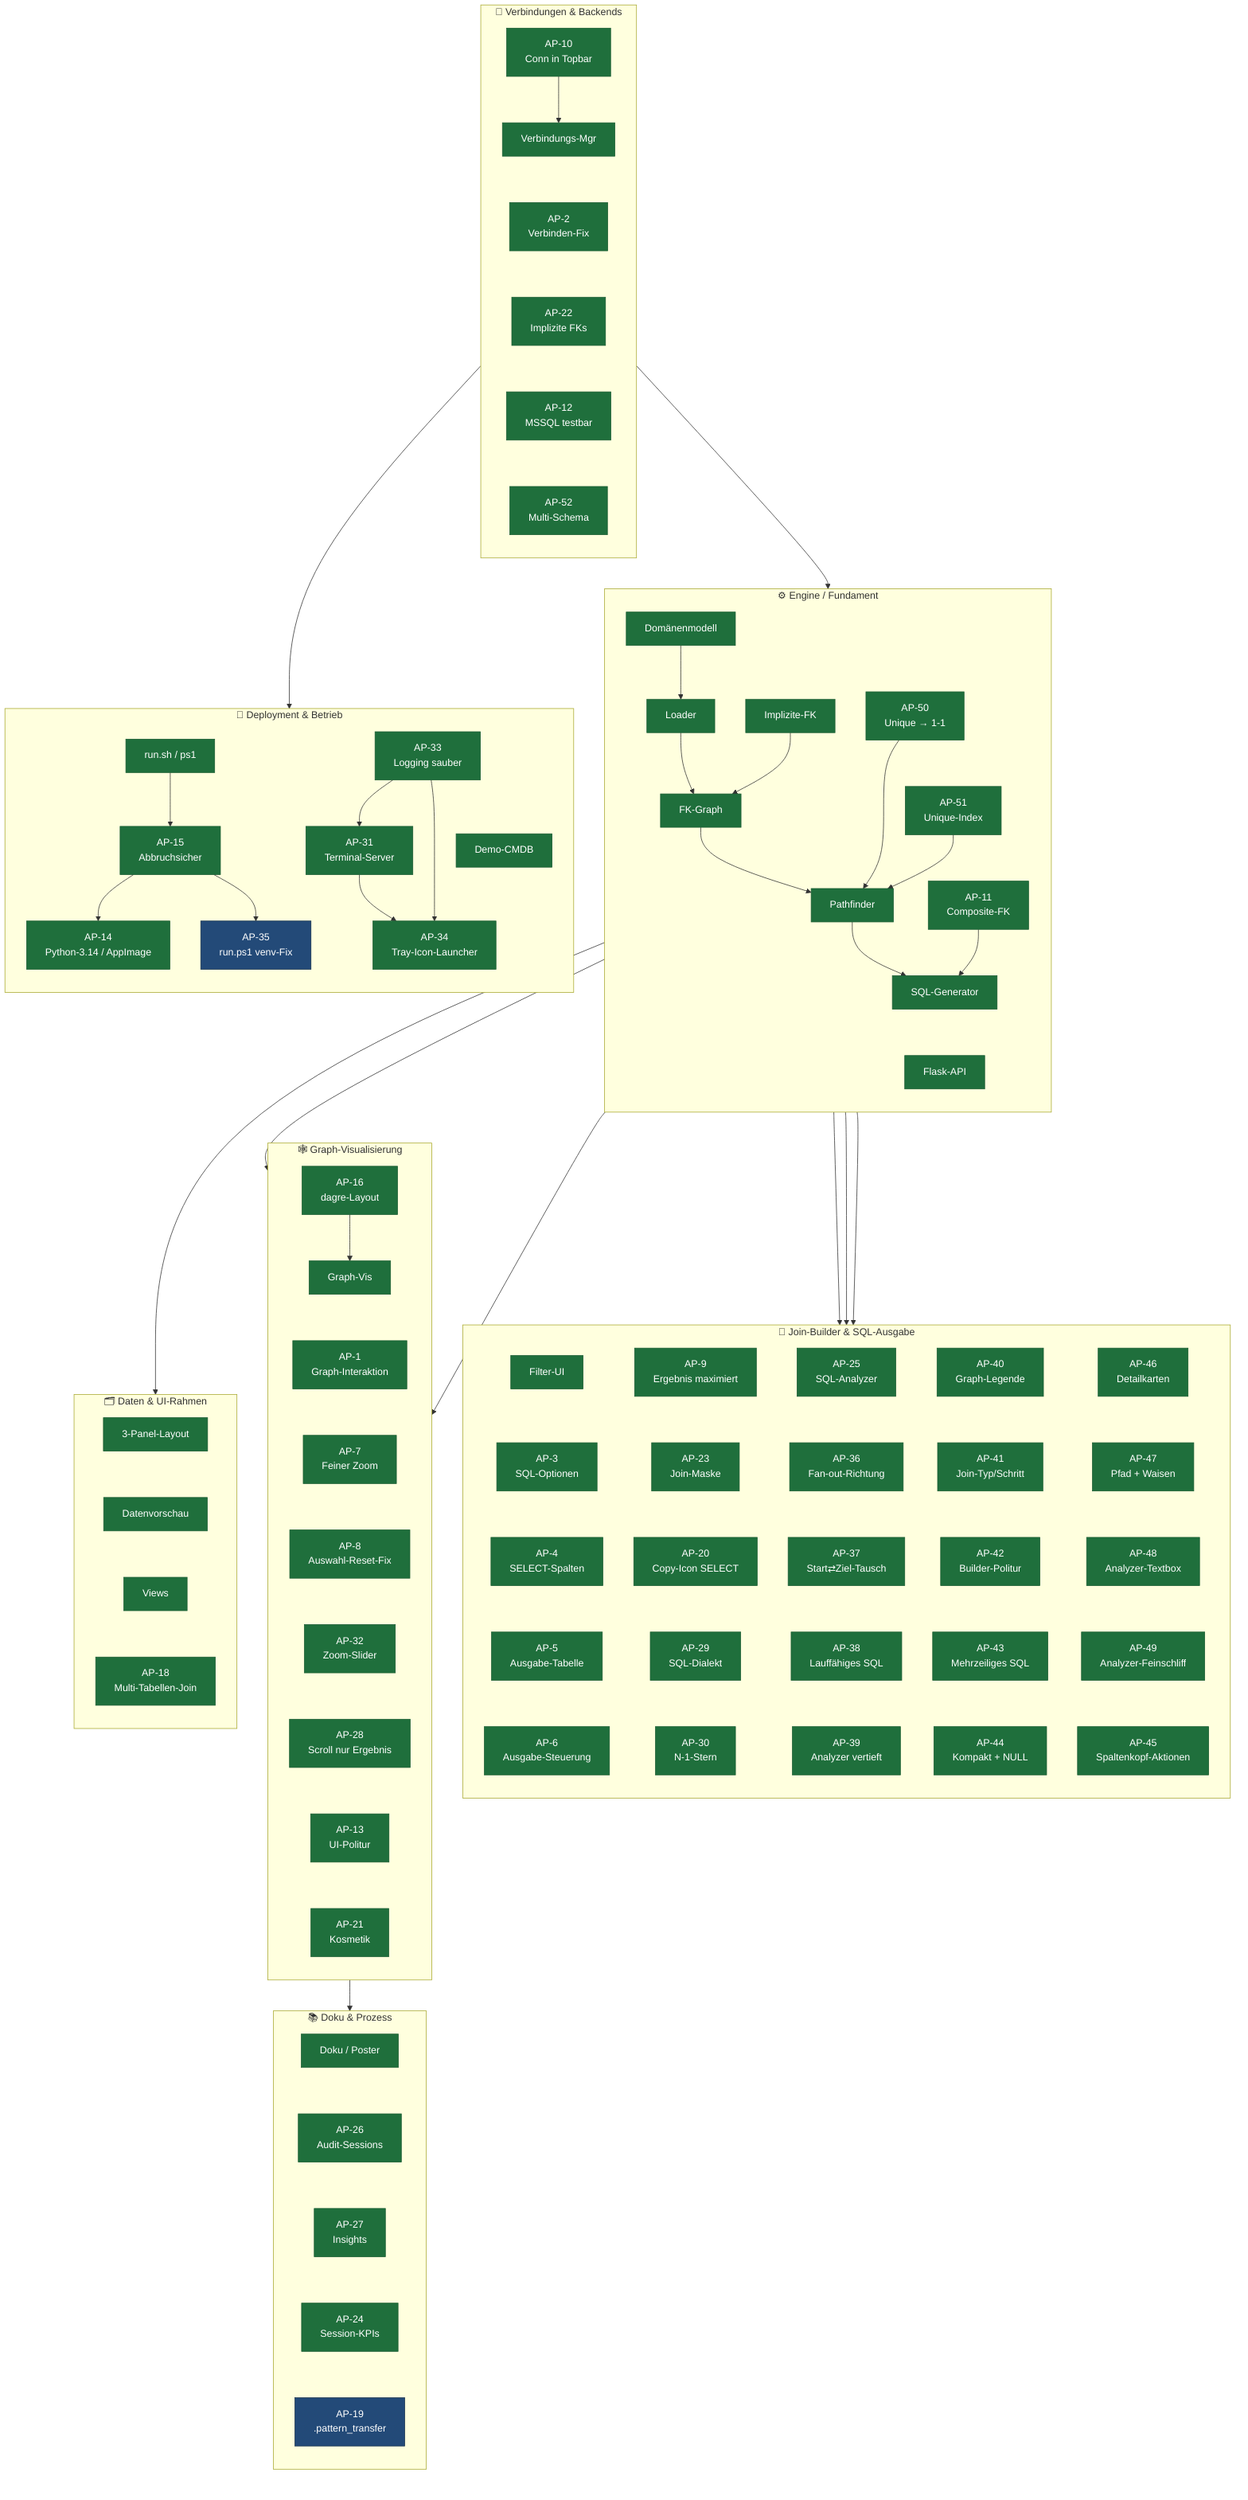
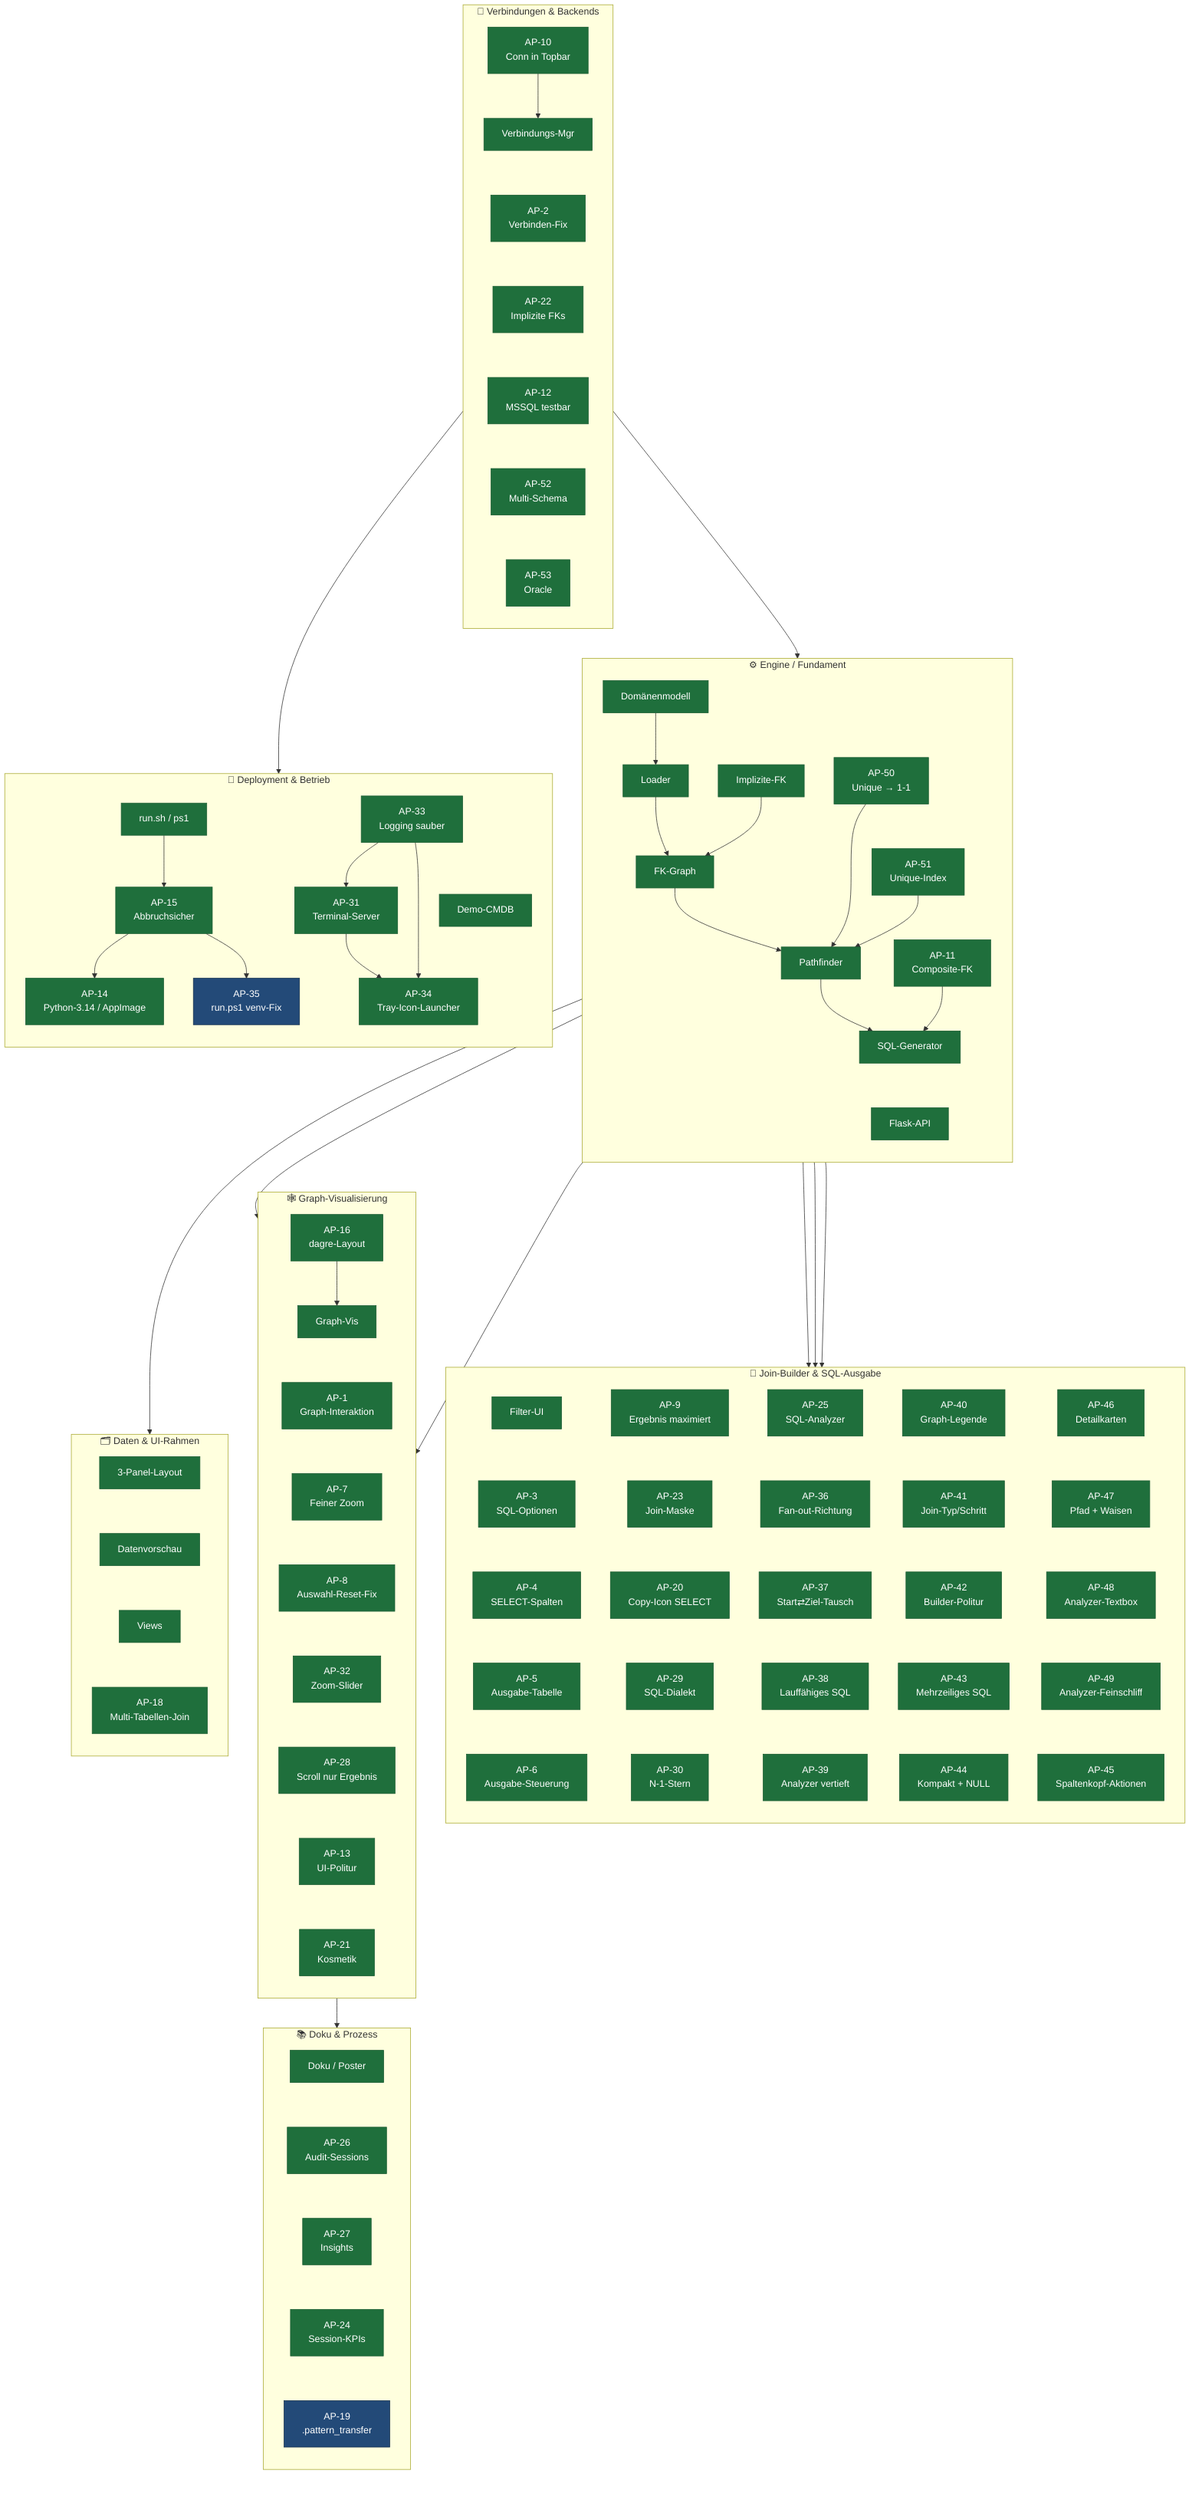
flowchart TB
    classDef done fill:#1f6f3c,color:#fff,stroke:#1a5c32,stroke-width:1px
    classDef plan fill:#234a78,color:#fff,stroke:#16314f,stroke-width:1px

    %% ── C1 · Engine / Fundament ──────────────────────────────────────────
    subgraph C1["⚙️  Engine / Fundament"]
        direction TB
        E1["Domänenmodell"]
        E2["Loader"]
        E3["FK-Graph"]
        E4["Pathfinder"]
        E5["SQL-Generator"]
        E6["Flask-API"]
        E7["AP-11\nComposite-FK"]
        E8["Implizite-FK"]
        E9["AP-50\nUnique → 1-1"]
        E10["AP-51\nUnique-Index"]
        E1 --> E2 --> E3 --> E4 --> E5
        E7 --> E5
        E8 --> E3
        E9 --> E4
        E10 --> E4
        E5 ~~~ E6
        E9 ~~~ E10
    end

    %% ── C2 · Verbindungen & Backends ─────────────────────────────────────
    subgraph C2["🔌  Verbindungen & Backends"]
        direction TB
        V1["Verbindungs-Mgr"]
        V2["AP-2\nVerbinden-Fix"]
        V3["AP-10\nConn in Topbar"]
        V4["AP-12\nMSSQL testbar"]
        V5["AP-22\nImplizite FKs"]
        V6["AP-52\nMulti-Schema"]
+         V7["AP-53\nOracle"]
        V3 --> V1
-         V1 ~~~ V2 ~~~ V5 ~~~ V4 ~~~ V6
+         V1 ~~~ V2 ~~~ V5 ~~~ V4 ~~~ V6 ~~~ V7
    end

    %% ── C3 · Join-Builder & SQL-Ausgabe ──────────────────────────────────
    subgraph C3["🧩  Join-Builder & SQL-Ausgabe"]
        direction TB
        J1["Filter-UI"]
        J2["AP-3\nSQL-Optionen"]
        J3["AP-4\nSELECT-Spalten"]
        J4["AP-5\nAusgabe-Tabelle"]
        J5["AP-6\nAusgabe-Steuerung"]
        J6["AP-9\nErgebnis maximiert"]
        J7["AP-23\nJoin-Maske"]
        J8["AP-20\nCopy-Icon SELECT"]
        J9["AP-29\nSQL-Dialekt"]
        J10["AP-30\nN-1-Stern"]
        J11["AP-25\nSQL-Analyzer"]
        J12["AP-36\nFan-out-Richtung"]
        J13["AP-37\nStart⇄Ziel-Tausch"]
        J14["AP-38\nLauffähiges SQL"]
        J15["AP-39\nAnalyzer vertieft"]
        J16["AP-40\nGraph-Legende"]
        J17["AP-41\nJoin-Typ/Schritt"]
        J18["AP-42\nBuilder-Politur"]
        J19["AP-43\nMehrzeiliges SQL"]
        J20["AP-44\nKompakt + NULL"]
        J21["AP-46\nDetailkarten"]
        J22["AP-47\nPfad + Waisen"]
        J23["AP-48\nAnalyzer-Textbox"]
        J24["AP-49\nAnalyzer-Feinschliff"]
        J25["AP-45\nSpaltenkopf-Aktionen"]
        %% In 5 parallele Spalten gepackt (statt einer 25-Boxen-Säule) → kompaktes Gitter
        J1 ~~~ J2 ~~~ J3 ~~~ J4 ~~~ J5
        J6 ~~~ J7 ~~~ J8 ~~~ J9 ~~~ J10
        J11 ~~~ J12 ~~~ J13 ~~~ J14 ~~~ J15
        J16 ~~~ J17 ~~~ J18 ~~~ J19 ~~~ J20
        J21 ~~~ J22 ~~~ J23 ~~~ J24 ~~~ J25
    end

    %% ── C4 · Graph-Visualisierung ────────────────────────────────────────
    subgraph C4["🕸️  Graph-Visualisierung"]
        direction TB
        G1["Graph-Vis"]
        G2["AP-1\nGraph-Interaktion"]
        G3["AP-7\nFeiner Zoom"]
        G4["AP-8\nAuswahl-Reset-Fix"]
        G5["AP-16\ndagre-Layout"]
        G6["AP-32\nZoom-Slider"]
        G7["AP-28\nScroll nur Ergebnis"]
        G8["AP-13\nUI-Politur"]
        G9["AP-21\nKosmetik"]
        G5 --> G1
        G1 ~~~ G2 ~~~ G3 ~~~ G4 ~~~ G6 ~~~ G7 ~~~ G8 ~~~ G9
    end

    %% ── C5 · Daten & UI-Rahmen ───────────────────────────────────────────
    subgraph C5["🗂️  Daten & UI-Rahmen"]
        direction TB
        D1["3-Panel-Layout"]
        D2["Datenvorschau"]
        D3["Views"]
        D4["AP-18\nMulti-Tabellen-Join"]
        D1 ~~~ D2 ~~~ D3 ~~~ D4
    end

    %% ── C6 · Deployment & Betrieb ────────────────────────────────────────
    subgraph C6["🚀  Deployment & Betrieb"]
        direction TB
        B1["Demo-CMDB"]
        B2["run.sh / ps1"]
        B3["AP-15\nAbbruchsicher"]
        B4["AP-14\nPython-3.14 / AppImage"]
        B5["AP-35\nrun.ps1 venv-Fix"]
        B7["AP-31\nTerminal-Server"]
        B8["AP-33\nLogging sauber"]
        B9["AP-34\nTray-Icon-Launcher"]
        B2 --> B3
        B3 --> B4
        B3 --> B5
        B8 --> B7
        B7 --> B9
        B8 --> B9
        B1 ~~~ B9
    end

    %% ── C7 · Doku & Prozess ──────────────────────────────────────────────
    subgraph C7["📚  Doku & Prozess"]
        direction TB
        K1["Doku / Poster"]
        K2["AP-26\nAudit-Sessions"]
        K3["AP-27\nInsights"]
        K5["AP-24\nSession-KPIs"]
        K4["AP-19\n.pattern_transfer"]
        K1 ~~~ K2 ~~~ K3 ~~~ K5 ~~~ K4
    end

    %% ── Cluster-übergreifende Abhängigkeiten ─────────────────────────────
    V1 --> E2
    E5 --> J1
    E5 --> J9
    E5 --> J11
    E4 --> G2
    E3 --> G1
    E6 --> D1
    V4 --> B7
    G5 --> K2

    class E1,E2,E3,E4,E5,E6,E7,E8,E9,E10 done
-     class V1,V2,V3,V4,V5,V6 done
+     class V1,V2,V3,V4,V5,V6,V7 done
    class J1,J2,J3,J4,J5,J6,J7,J8,J9,J10,J11,J12,J13,J14,J15,J16,J17,J18,J19,J20,J21,J22,J23,J24,J25 done
    class G1,G2,G3,G4,G5,G6,G7,G8,G9 done
    class D1,D2,D3,D4 done
    class B1,B2,B3,B4,B7,B8,B9 done
    class B5 plan
    class K1,K2,K3,K5 done
    class K4 plan
